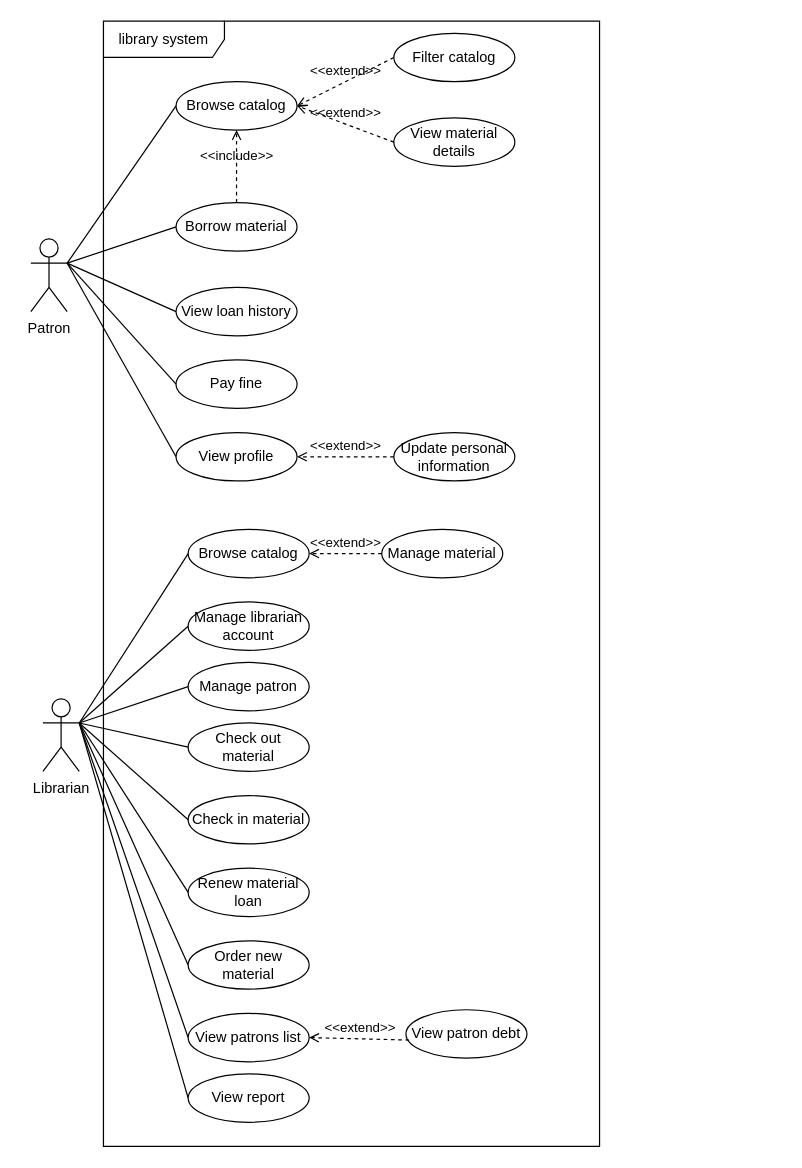
Earlier version of the draw.io diagram docs/assets/uml-use-case.drawio (creme332/biblionex). Source tidied: cells renumbered, new cells numbered last; positions are measured from the earlier drawing's top-left corner, leaving out a move shared by most shapes. Both pictures are drawn from the tidied source at 121%, with x=0, y=0 at pixel (30, 21).
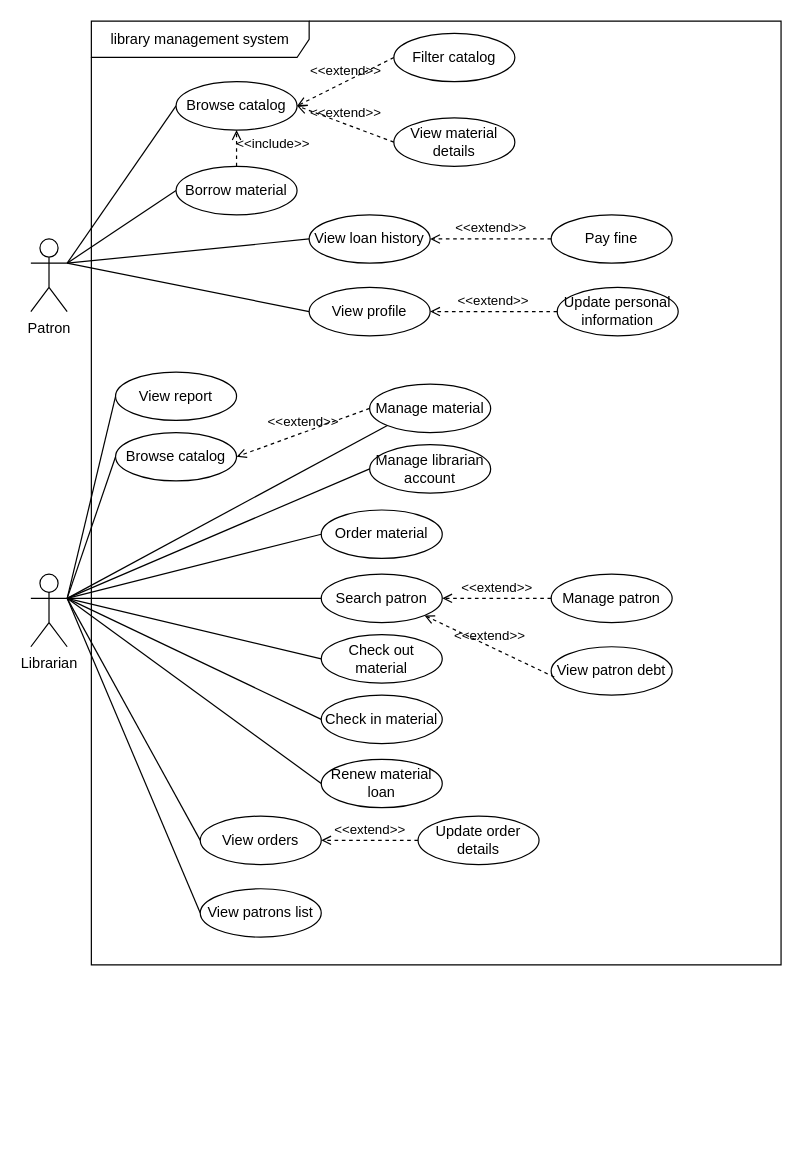
After the change.

Commit message:
update use cases,  make diagram fit on one page

some relationships have been updated

new librarian use cases: view orders, search patron, update order details

The change refers to these unchanged cells:
```xml
<mxCell id="7" value="Patron" style="shape=umlActor;verticalLabelPosition=bottom;verticalAlign=top;html=1;" parent="1" vertex="1">
  <mxGeometry y="180" width="30" height="60" as="geometry" />
</mxCell>
<mxCell id="8" value="Browse catalog" style="ellipse;whiteSpace=wrap;html=1;align=center;" parent="1" vertex="1">
  <mxGeometry x="120" y="50" width="100" height="40" as="geometry" />
</mxCell>
```

Change to the diagram source:
```diff
@@
+    <mxCell id="37" value="library management system" style="shape=umlFrame;whiteSpace=wrap;html=1;width=180;height=30;" parent="1" vertex="1">
+      <mxGeometry x="50" width="570" height="780" as="geometry" />
+    </mxCell>
@@
-    <mxCell id="3" style="edgeStyle=none;html=1;exitX=1;exitY=0.3333333333333333;exitDx=0;exitDy=0;exitPerimeter=0;entryX=0;entryY=0.5;entryDx=0;entryDy=0;endArrow=none;endFill=0;" parent="1" edge="1" source="7" target="12">
-      <mxGeometry relative="1" as="geometry" />
-    </mxCell>
@@
     <mxCell id="9" value="Borrow material" style="ellipse;whiteSpace=wrap;html=1;align=center;" parent="1" vertex="1">
-      <mxGeometry x="120" y="150" width="100" height="40" as="geometry" />
+      <mxGeometry x="120" y="120" width="100" height="40" as="geometry" />
     </mxCell>
     <mxCell id="10" value="Renew material loan" style="ellipse;whiteSpace=wrap;html=1;align=center;" parent="1" vertex="1">
-      <mxGeometry x="130" y="700" width="100" height="40" as="geometry" />
+      <mxGeometry x="240" y="610" width="100" height="40" as="geometry" />
     </mxCell>
     <mxCell id="11" value="View loan history" style="ellipse;whiteSpace=wrap;html=1;align=center;" parent="1" vertex="1">
-      <mxGeometry x="120" y="220" width="100" height="40" as="geometry" />
+      <mxGeometry x="230" y="160" width="100" height="40" as="geometry" />
     </mxCell>
-    <mxCell id="12" value="Pay fine" style="ellipse;whiteSpace=wrap;html=1;align=center;" parent="1" vertex="1">
-      <mxGeometry x="120" y="280" width="100" height="40" as="geometry" />
-    </mxCell>
@@
     <mxCell id="15" value="View profile" style="ellipse;whiteSpace=wrap;html=1;align=center;" parent="1" vertex="1">
-      <mxGeometry x="120" y="340" width="100" height="40" as="geometry" />
+      <mxGeometry x="230" y="220" width="100" height="40" as="geometry" />
     </mxCell>
     <mxCell id="16" value="Update personal information" style="ellipse;whiteSpace=wrap;html=1;align=center;" parent="1" vertex="1">
-      <mxGeometry x="300" y="340" width="100" height="40" as="geometry" />
+      <mxGeometry x="435" y="220" width="100" height="40" as="geometry" />
     </mxCell>
     <mxCell id="17" value="&amp;lt;&amp;lt;extend&amp;gt;&amp;gt;" style="html=1;verticalAlign=bottom;labelBackgroundColor=none;endArrow=open;endFill=0;dashed=1;exitX=0;exitY=0.5;exitDx=0;exitDy=0;entryX=1;entryY=0.5;entryDx=0;entryDy=0;" parent="1" edge="1" source="16" target="15">
-      <mxGeometry relative="1" as="geometry" />
+      <mxGeometry relative="1" as="geometry">
+        <Array as="points">
+          <mxPoint x="420" y="240" />
+        </Array>
+      </mxGeometry>
     </mxCell>
@@
+    <mxCell id="44" style="edgeStyle=none;html=1;exitX=1;exitY=0.3333333333333333;exitDx=0;exitDy=0;exitPerimeter=0;entryX=0;entryY=1;entryDx=0;entryDy=0;endArrow=none;endFill=0;" parent="1" edge="1" source="26" target="27">
+      <mxGeometry relative="1" as="geometry" />
+    </mxCell>
     <mxCell id="26" value="Librarian" style="shape=umlActor;verticalLabelPosition=bottom;verticalAlign=top;html=1;" parent="1" vertex="1">
-      <mxGeometry x="10" y="560" width="30" height="60" as="geometry" />
+      <mxGeometry y="457" width="30" height="60" as="geometry" />
     </mxCell>
     <mxCell id="27" value="Manage material" style="ellipse;whiteSpace=wrap;html=1;align=center;" parent="1" vertex="1">
-      <mxGeometry x="290" y="420" width="100" height="40" as="geometry" />
+      <mxGeometry x="280" y="300" width="100" height="40" as="geometry" />
     </mxCell>
     <mxCell id="28" value="View report" style="ellipse;whiteSpace=wrap;html=1;align=center;" parent="1" vertex="1">
-      <mxGeometry x="130" y="870" width="100" height="40" as="geometry" />
+      <mxGeometry x="70" y="290" width="100" height="40" as="geometry" />
     </mxCell>
     <mxCell id="29" value="Check out material" style="ellipse;whiteSpace=wrap;html=1;align=center;" parent="1" vertex="1">
-      <mxGeometry x="130" y="580" width="100" height="40" as="geometry" />
+      <mxGeometry x="240" y="507" width="100" height="40" as="geometry" />
     </mxCell>
     <mxCell id="30" value="Check in material" style="ellipse;whiteSpace=wrap;html=1;align=center;" parent="1" vertex="1">
-      <mxGeometry x="130" y="640" width="100" height="40" as="geometry" />
+      <mxGeometry x="240" y="557" width="100" height="40" as="geometry" />
     </mxCell>
-    <mxCell id="31" value="Order new material" style="ellipse;whiteSpace=wrap;html=1;align=center;" parent="1" vertex="1">
-      <mxGeometry x="130" y="760" width="100" height="40" as="geometry" />
+    <mxCell id="31" value="View orders" style="ellipse;whiteSpace=wrap;html=1;align=center;" parent="1" vertex="1">
+      <mxGeometry x="140" y="657" width="100" height="40" as="geometry" />
     </mxCell>
     <mxCell id="32" value="&amp;lt;&amp;lt;include&amp;gt;&amp;gt;" style="html=1;verticalAlign=bottom;labelBackgroundColor=none;endArrow=open;endFill=0;dashed=1;exitX=0.5;exitY=0;exitDx=0;exitDy=0;entryX=0.5;entryY=1;entryDx=0;entryDy=0;" parent="1" edge="1" source="9" target="8">
-      <mxGeometry x="0.01" relative="1" as="geometry" />
+      <mxGeometry x="-0.33" y="-30" relative="1" as="geometry" />
     </mxCell>
@@
     <mxCell id="35" value="View patrons list" style="ellipse;whiteSpace=wrap;html=1;align=center;" parent="1" vertex="1">
-      <mxGeometry x="130" y="820" width="100" height="40" as="geometry" />
+      <mxGeometry x="140" y="717" width="100" height="40" as="geometry" />
     </mxCell>
     <mxCell id="36" value="Manage librarian account" style="ellipse;whiteSpace=wrap;html=1;align=center;" parent="1" vertex="1">
-      <mxGeometry x="130" y="480" width="100" height="40" as="geometry" />
+      <mxGeometry x="280" y="350" width="100" height="40" as="geometry" />
     </mxCell>
-    <mxCell id="37" value="library system" style="shape=umlFrame;whiteSpace=wrap;html=1;width=100;height=30;" parent="1" vertex="1">
-      <mxGeometry x="60" width="410" height="930" as="geometry" />
-    </mxCell>
     <mxCell id="38" value="View patron debt" style="ellipse;whiteSpace=wrap;html=1;align=center;" parent="1" vertex="1">
-      <mxGeometry x="310" y="817" width="100" height="40" as="geometry" />
+      <mxGeometry x="430" y="517" width="100" height="40" as="geometry" />
     </mxCell>
-    <mxCell id="39" value="&amp;lt;&amp;lt;extend&amp;gt;&amp;gt;" style="html=1;verticalAlign=bottom;labelBackgroundColor=none;endArrow=open;endFill=0;dashed=1;exitX=0.026;exitY=0.626;exitDx=0;exitDy=0;entryX=1;entryY=0.5;entryDx=0;entryDy=0;exitPerimeter=0;" parent="1" edge="1" source="38" target="35">
+    <mxCell id="39" value="&amp;lt;&amp;lt;extend&amp;gt;&amp;gt;" style="html=1;verticalAlign=bottom;labelBackgroundColor=none;endArrow=open;endFill=0;dashed=1;exitX=0.026;exitY=0.626;exitDx=0;exitDy=0;entryX=1;entryY=1;entryDx=0;entryDy=0;exitPerimeter=0;" parent="1" edge="1" source="38" target="43">
       <mxGeometry relative="1" as="geometry" />
     </mxCell>
@@
     <mxCell id="41" value="Browse catalog" style="ellipse;whiteSpace=wrap;html=1;align=center;" parent="1" vertex="1">
-      <mxGeometry x="130" y="420" width="100" height="40" as="geometry" />
+      <mxGeometry x="70" y="340" width="100" height="40" as="geometry" />
     </mxCell>
@@
-    <mxCell id="43" value="Manage patron" style="ellipse;whiteSpace=wrap;html=1;align=center;" parent="1" vertex="1">
-      <mxGeometry x="130" y="530" width="100" height="40" as="geometry" />
+    <mxCell id="43" value="Search patron" style="ellipse;whiteSpace=wrap;html=1;align=center;" parent="1" vertex="1">
+      <mxGeometry x="240" y="457" width="100" height="40" as="geometry" />
     </mxCell>
+    <mxCell id="45" value="Update order details" style="ellipse;whiteSpace=wrap;html=1;align=center;" parent="1" vertex="1">
+      <mxGeometry x="320" y="657" width="100" height="40" as="geometry" />
+    </mxCell>
+    <mxCell id="46" value="&amp;lt;&amp;lt;extend&amp;gt;&amp;gt;" style="html=1;verticalAlign=bottom;labelBackgroundColor=none;endArrow=open;endFill=0;dashed=1;exitX=0;exitY=0.5;exitDx=0;exitDy=0;entryX=1;entryY=0.5;entryDx=0;entryDy=0;" parent="1" edge="1" source="45" target="31">
+      <mxGeometry relative="1" as="geometry" />
+    </mxCell>
+    <mxCell id="12" value="Pay fine" style="ellipse;whiteSpace=wrap;html=1;align=center;" parent="1" vertex="1">
+      <mxGeometry x="430" y="160" width="100" height="40" as="geometry" />
+    </mxCell>
+    <mxCell id="47" value="&amp;lt;&amp;lt;extend&amp;gt;&amp;gt;" style="html=1;verticalAlign=bottom;labelBackgroundColor=none;endArrow=open;endFill=0;dashed=1;exitX=0;exitY=0.5;exitDx=0;exitDy=0;entryX=1;entryY=0.5;entryDx=0;entryDy=0;" parent="1" edge="1" source="12" target="11">
+      <mxGeometry relative="1" as="geometry" />
+    </mxCell>
+    <mxCell id="48" style="edgeStyle=none;html=1;exitX=0;exitY=0.5;exitDx=0;exitDy=0;entryX=1;entryY=0.3333333333333333;entryDx=0;entryDy=0;entryPerimeter=0;endArrow=none;endFill=0;" parent="1" edge="1" source="49" target="26">
+      <mxGeometry relative="1" as="geometry" />
+    </mxCell>
+    <mxCell id="49" value="Order material" style="ellipse;whiteSpace=wrap;html=1;align=center;" parent="1" vertex="1">
+      <mxGeometry x="240" y="404" width="100" height="40" as="geometry" />
+    </mxCell>
+    <mxCell id="50" value="Manage patron" style="ellipse;whiteSpace=wrap;html=1;align=center;" parent="1" vertex="1">
+      <mxGeometry x="430" y="457" width="100" height="40" as="geometry" />
+    </mxCell>
+    <mxCell id="51" value="&amp;lt;&amp;lt;extend&amp;gt;&amp;gt;" style="html=1;verticalAlign=bottom;labelBackgroundColor=none;endArrow=open;endFill=0;dashed=1;exitX=0;exitY=0.5;exitDx=0;exitDy=0;entryX=1;entryY=0.5;entryDx=0;entryDy=0;" parent="1" edge="1" source="50" target="43">
+      <mxGeometry relative="1" as="geometry" />
+    </mxCell>
```
